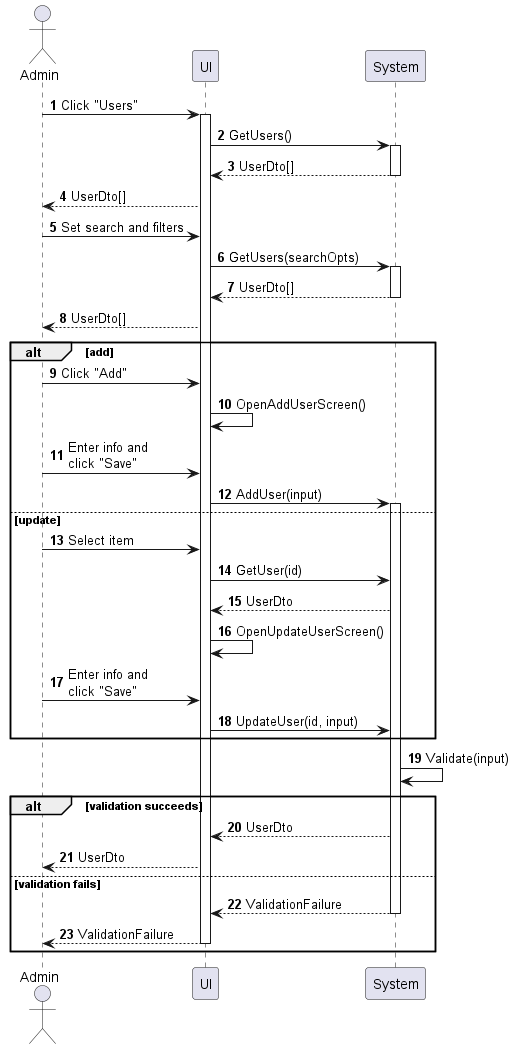
phihungha/scmss-reqs keeps this PlantUML diagram as sequences/user-manage.png. Above is the earlier version.
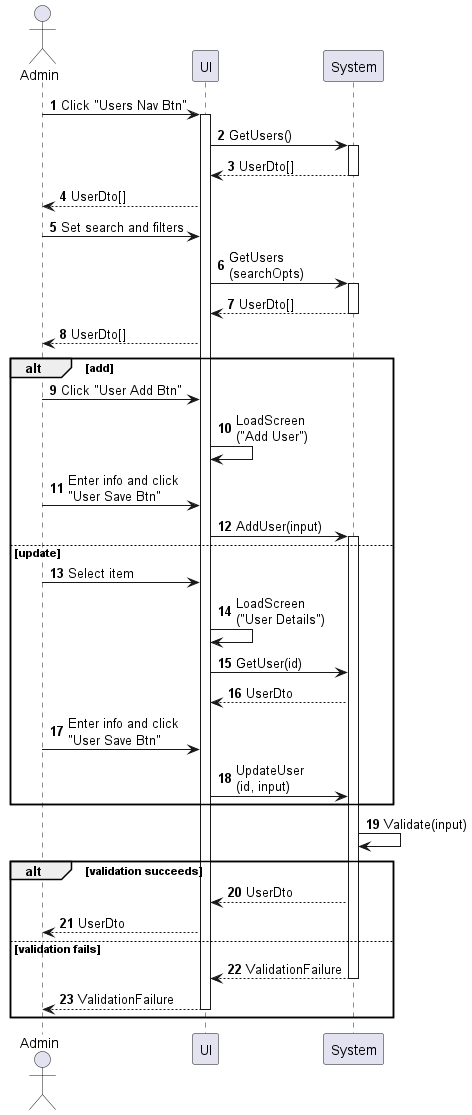
After the change.

Change to the diagram source:
```diff
@@ -5,31 +5,31 @@
 participant UI as f
 participant System as b
 
-a -> f : Click "Users"
+a -> f : Click "Users Nav Btn"
 activate f
 f -> b : GetUsers()
 activate b
 return UserDto[]
 f --> a : UserDto[]
 a -> f : Set search and filters
-f -> b : GetUsers(searchOpts)
+f -> b : GetUsers\n(searchOpts)
 activate b
 return UserDto[]
 f --> a : UserDto[]
 
 alt add
-    a -> f : Click "Add"
-    f -> f : OpenAddUserScreen()
-    a -> f : Enter info and\nclick "Save"
+    a -> f : Click "User Add Btn"
+    f -> f : LoadScreen\n("Add User")
+    a -> f : Enter info and click\n"User Save Btn"
     f -> b : AddUser(input)
     activate b
 else update
     a -> f : Select item
+    f -> f : LoadScreen\n("User Details")
     f -> b : GetUser(id)
     b --> f : UserDto
-    f -> f : OpenUpdateUserScreen()
-    a -> f : Enter info and\nclick "Save"
-    f -> b : UpdateUser(id, input)
+    a -> f : Enter info and click\n"User Save Btn"
+    f -> b : UpdateUser\n(id, input)
 end
 
 b -> b : Validate(input)
```
